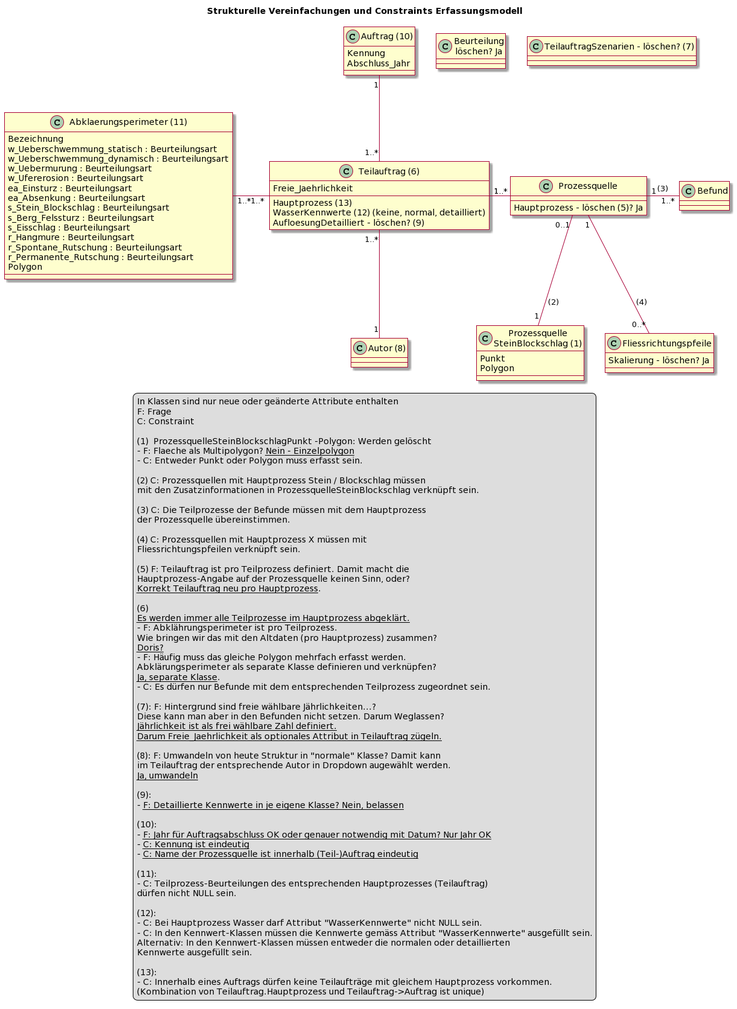
sogis/p-naturgefahren-ili keeps this PlantUML diagram as modell/Anpassungen/Anpassungen_Erfassungsmodell_puml.png. Above is the earlier version. Its diagram source:
```plantuml
@startuml
skin rose

title Strukturelle Vereinfachungen und Constraints Erfassungsmodell

class "Prozessquelle\nSteinBlockschlag (1)" as pqs {
  Punkt
  Polygon
}

class "Prozessquelle" as pq {
  Hauptprozess - löschen (5)? Ja
}

class "Befund" as bef {}

class "Fliessrichtungspfeile" as pfeil {
  Skalierung - löschen? Ja
}

class "Teilauftrag (6)" as ta {
  Hauptprozess (13)
  WasserKennwerte (12) (keine, normal, detailliert)
  AufloesungDetailliert - löschen? (9)
  Freie_Jaehrlichkeit
}

class "Abklaerungsperimeter (11)" as peri {
  Bezeichnung
  w_Ueberschwemmung_statisch : Beurteilungsart
  w_Ueberschwemmung_dynamisch : Beurteilungsart
  w_Uebermurung : Beurteilungsart
  w_Ufererosion : Beurteilungsart
  ea_Einsturz : Beurteilungsart
  ea_Absenkung : Beurteilungsart
  s_Stein_Blockschlag : Beurteilungsart
  s_Berg_Felssturz : Beurteilungsart
  s_Eisschlag : Beurteilungsart
  r_Hangmure : Beurteilungsart
  r_Spontane_Rutschung : Beurteilungsart
  r_Permanente_Rutschung : Beurteilungsart
  Polygon
}

class "Autor (8)" as aut {}

class "Beurteilung\nlöschen? Ja" as b {}

class "TeilauftragSzenarien - löschen? (7)" as tas {}

class "Auftrag (10)" as a {
  Kennung
  Abschluss_Jahr
}

pq "1" -right- "1..*" bef : (3)
pq "0..1" -- "1" pqs : (2)
pq "1" -- "0..*" pfeil : (4)

a "1" -- "1..*" ta
ta "1" -right- "1..*" pq
ta "1..*" -- "1" aut

ta "1..*" -left- "1..*" peri : "      "



legend
In Klassen sind nur neue oder geänderte Attribute enthalten
F: Frage
C: Constraint

(1)  ProzessquelleSteinBlockschlagPunkt -Polygon: Werden gelöscht
- F: Flaeche als Multipolygon? __Nein - Einzelpolygon__
- C: Entweder Punkt oder Polygon muss erfasst sein.

(2) C: Prozessquellen mit Hauptprozess Stein / Blockschlag müssen
mit den Zusatzinformationen in ProzessquelleSteinBlockschlag verknüpft sein.

(3) C: Die Teilprozesse der Befunde müssen mit dem Hauptprozess
der Prozessquelle übereinstimmen.

(4) C: Prozessquellen mit Hauptprozess X müssen mit
Fliessrichtungspfeilen verknüpft sein.

(5) F: Teilauftrag ist pro Teilprozess definiert. Damit macht die
Hauptprozess-Angabe auf der Prozessquelle keinen Sinn, oder?
__Korrekt Teilauftrag neu pro Hauptprozess__.

(6)
__Es werden immer alle Teilprozesse im Hauptprozess abgeklärt.__
- F: Abklährungsperimeter ist pro Teilprozess.
Wie bringen wir das mit den Altdaten (pro Hauptprozess) zusammen?
__Doris?__
- F: Häufig muss das gleiche Polygon mehrfach erfasst werden.
Abklärungsperimeter als separate Klasse definieren und verknüpfen?
__Ja, separate Klasse__.
- C: Es dürfen nur Befunde mit dem entsprechenden Teilprozess zugeordnet sein.

(7): F: Hintergrund sind freie wählbare Jährlichkeiten...?
Diese kann man aber in den Befunden nicht setzen. Darum Weglassen?
__Jährlichkeit ist als frei wählbare Zahl definiert.__
__Darum Freie_Jaehrlichkeit als optionales Attribut in Teilauftrag zügeln.__

(8): F: Umwandeln von heute Struktur in "normale" Klasse? Damit kann
im Teilauftrag der entsprechende Autor in Dropdown augewählt werden.
__Ja, umwandeln__

(9):
- __F: Detaillierte Kennwerte in je eigene Klasse? Nein, belassen__

(10):
- __F: Jahr für Auftragsabschluss OK oder genauer notwendig mit Datum? Nur Jahr OK__
- __C: Kennung ist eindeutig__
- __C: Name der Prozessquelle ist innerhalb (Teil-)Auftrag eindeutig__

(11):
- C: Teilprozess-Beurteilungen des entsprechenden Hauptprozesses (Teilauftrag)
dürfen nicht NULL sein.

(12):
- C: Bei Hauptprozess Wasser darf Attribut "WasserKennwerte" nicht NULL sein.
- C: In den Kennwert-Klassen müssen die Kennwerte gemäss Attribut "WasserKennwerte" ausgefüllt sein.
Alternativ: In den Kennwert-Klassen müssen entweder die normalen oder detaillierten
Kennwerte ausgefüllt sein.

(13):
- C: Innerhalb eines Auftrags dürfen keine Teilaufträge mit gleichem Hauptprozess vorkommen.
(Kombination von Teilauftrag.Hauptprozess und Teilauftrag->Auftrag ist unique)
end legend
@enduml
```
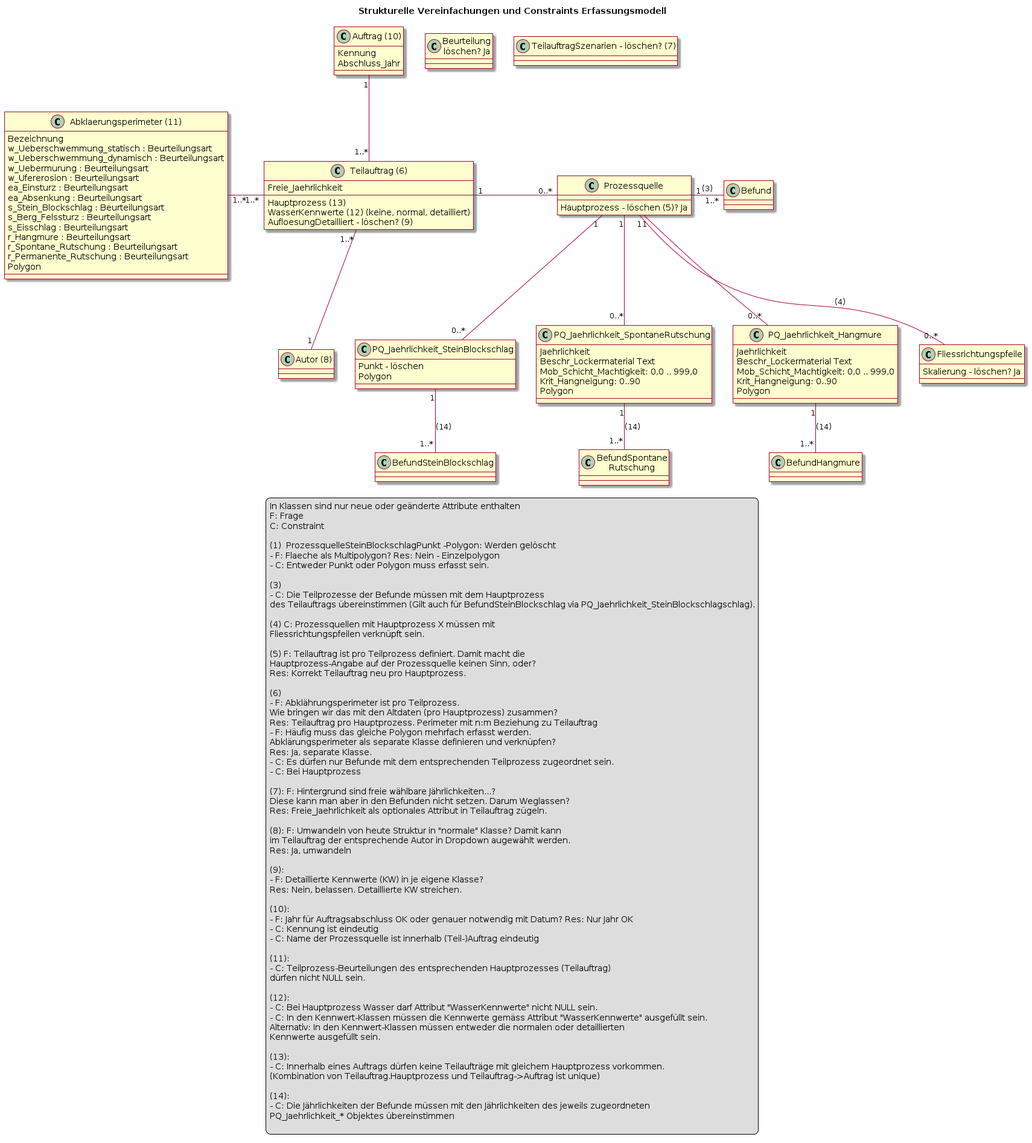
Later version of the same file.

Commit message:
Added PQ_Jaehrlichkeit_* classes with relations

Diff of the diagram source:
```diff
@@ -3,8 +3,24 @@
 
 title Strukturelle Vereinfachungen und Constraints Erfassungsmodell
 
-class "Prozessquelle\nSteinBlockschlag (1)" as pqs {
-  Punkt
+class "PQ_Jaehrlichkeit_SteinBlockschlag" as pqsb {
+  Punkt - löschen
+  Polygon
+}
+
+class "PQ_Jaehrlichkeit_SpontaneRutschung" as pqsr {
+  Jaehrlichkeit
+  Beschr_Lockermaterial Text
+  Mob_Schicht_Machtigkeit: 0,0 .. 999,0
+  Krit_Hangneigung: 0..90
+  Polygon
+}
+
+class "PQ_Jaehrlichkeit_Hangmure" as pqhm {
+  Jaehrlichkeit
+  Beschr_Lockermaterial Text
+  Mob_Schicht_Machtigkeit: 0,0 .. 999,0
+  Krit_Hangneigung: 0..90
   Polygon
 }
 
@@ -13,6 +29,12 @@
 }
 
 class "Befund" as bef {}
+
+class "BefundHangmure" as befhm {}
+
+class "BefundSpontane\nRutschung" as befsr {}
+
+class "BefundSteinBlockschlag" as befsb {}
 
 class "Fliessrichtungspfeile" as pfeil {
   Skalierung - löschen? Ja
@@ -54,16 +76,22 @@
 }
 
 pq "1" -right- "1..*" bef : (3)
-pq "0..1" -- "1" pqs : (2)
 pq "1" -- "0..*" pfeil : (4)
+pq "1" -- "0..*" pqsr
+pq "1" -- "0..*" pqsb
+pq "1" -- "0..*" pqhm
+
+pqsb "1"-- "1..*" befsb : (14)
+pqsr "1"-- "1..*" befsr : (14)
+pqhm "1"-- "1..*" befhm : (14)
+
+
 
 a "1" -- "1..*" ta
-ta "1" -right- "1..*" pq
+ta "1" -right- "0..*" pq
 ta "1..*" -- "1" aut
 
 ta "1..*" -left- "1..*" peri : "      "
-
-
 
 legend
 In Klassen sind nur neue oder geänderte Attribute enthalten
@@ -71,48 +99,46 @@
 C: Constraint
 
 (1)  ProzessquelleSteinBlockschlagPunkt -Polygon: Werden gelöscht
-- F: Flaeche als Multipolygon? __Nein - Einzelpolygon__
+- F: Flaeche als Multipolygon? Res: Nein - Einzelpolygon
 - C: Entweder Punkt oder Polygon muss erfasst sein.
 
-(2) C: Prozessquellen mit Hauptprozess Stein / Blockschlag müssen
-mit den Zusatzinformationen in ProzessquelleSteinBlockschlag verknüpft sein.
-
-(3) C: Die Teilprozesse der Befunde müssen mit dem Hauptprozess
-der Prozessquelle übereinstimmen.
+(3)
+- C: Die Teilprozesse der Befunde müssen mit dem Hauptprozess
+des Teilauftrags übereinstimmen (Gilt auch für BefundSteinBlockschlag via PQ_Jaehrlichkeit_SteinBlockschlagschlag).
 
 (4) C: Prozessquellen mit Hauptprozess X müssen mit
 Fliessrichtungspfeilen verknüpft sein.
 
 (5) F: Teilauftrag ist pro Teilprozess definiert. Damit macht die
 Hauptprozess-Angabe auf der Prozessquelle keinen Sinn, oder?
-__Korrekt Teilauftrag neu pro Hauptprozess__.
+Res: Korrekt Teilauftrag neu pro Hauptprozess.
 
 (6)
-__Es werden immer alle Teilprozesse im Hauptprozess abgeklärt.__
 - F: Abklährungsperimeter ist pro Teilprozess.
 Wie bringen wir das mit den Altdaten (pro Hauptprozess) zusammen?
-__Doris?__
+Res: Teilauftrag pro Hauptprozess. Perimeter mit n:m Beziehung zu Teilauftrag
 - F: Häufig muss das gleiche Polygon mehrfach erfasst werden.
 Abklärungsperimeter als separate Klasse definieren und verknüpfen?
-__Ja, separate Klasse__.
+Res: Ja, separate Klasse.
 - C: Es dürfen nur Befunde mit dem entsprechenden Teilprozess zugeordnet sein.
+- C: Bei Hauptprozess
 
 (7): F: Hintergrund sind freie wählbare Jährlichkeiten...?
 Diese kann man aber in den Befunden nicht setzen. Darum Weglassen?
-__Jährlichkeit ist als frei wählbare Zahl definiert.__
-__Darum Freie_Jaehrlichkeit als optionales Attribut in Teilauftrag zügeln.__
+Res: Freie_Jaehrlichkeit als optionales Attribut in Teilauftrag zügeln.
 
 (8): F: Umwandeln von heute Struktur in "normale" Klasse? Damit kann
 im Teilauftrag der entsprechende Autor in Dropdown augewählt werden.
-__Ja, umwandeln__
+Res: Ja, umwandeln
 
 (9):
-- __F: Detaillierte Kennwerte in je eigene Klasse? Nein, belassen__
+- F: Detaillierte Kennwerte (KW) in je eigene Klasse?
+Res: Nein, belassen. Detaillierte KW streichen.
 
 (10):
-- __F: Jahr für Auftragsabschluss OK oder genauer notwendig mit Datum? Nur Jahr OK__
-- __C: Kennung ist eindeutig__
-- __C: Name der Prozessquelle ist innerhalb (Teil-)Auftrag eindeutig__
+- F: Jahr für Auftragsabschluss OK oder genauer notwendig mit Datum? Res: Nur Jahr OK
+- C: Kennung ist eindeutig
+- C: Name der Prozessquelle ist innerhalb (Teil-)Auftrag eindeutig
 
 (11):
 - C: Teilprozess-Beurteilungen des entsprechenden Hauptprozesses (Teilauftrag)
@@ -127,5 +153,10 @@
 (13):
 - C: Innerhalb eines Auftrags dürfen keine Teilaufträge mit gleichem Hauptprozess vorkommen.
 (Kombination von Teilauftrag.Hauptprozess und Teilauftrag->Auftrag ist unique)
+
+(14):
+- C: Die Jährlichkeiten der Befunde müssen mit den Jährlichkeiten des jeweils zugeordneten
+PQ_Jaehrlichkeit_* Objektes übereinstimmen
+
 end legend
 @enduml
```
